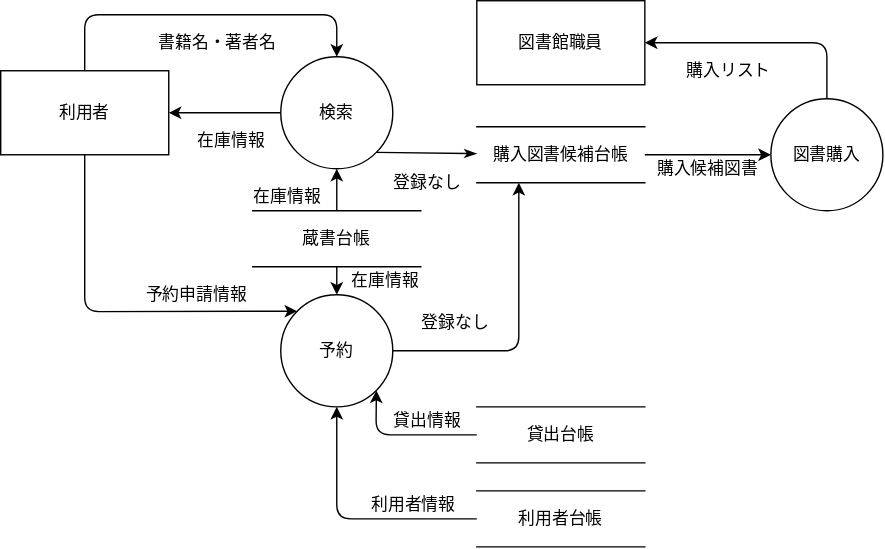
Before: school/syspro/1st_term_1/img/1_1_6.drawio.svg, a diagram exported from draw.io (shiki-01/typst). Source tidied: cells renumbered, new cells last; positions are measured from the earlier drawing's top-left corner, leaving out a move shared by most shapes. Source of this version:
```xml
<mxGraphModel>
  <root>
    <mxCell id="0" />
    <mxCell id="1" parent="0" />
    <mxCell id="2" style="edgeStyle=none;html=1;entryX=0.5;entryY=0;entryDx=0;entryDy=0;" parent="1" edge="1" source="4" target="6">
      <mxGeometry relative="1" as="geometry">
        <Array as="points">
          <mxPoint x="60" y="10" />
          <mxPoint x="240" y="10" />
        </Array>
      </mxGeometry>
    </mxCell>
    <mxCell id="3" style="edgeStyle=none;html=1;entryX=0;entryY=0;entryDx=0;entryDy=0;startArrow=none;startFill=0;endArrow=classic;endFill=1;" parent="1" edge="1" source="4" target="17">
      <mxGeometry relative="1" as="geometry">
        <Array as="points">
          <mxPoint x="60" y="222" />
        </Array>
      </mxGeometry>
    </mxCell>
    <mxCell id="4" value="利用者" style="rounded=0;whiteSpace=wrap;html=1;" parent="1" vertex="1">
      <mxGeometry y="50" width="120" height="60" as="geometry" />
    </mxCell>
    <mxCell id="5" style="edgeStyle=none;html=1;startArrow=none;startFill=0;endArrow=classic;endFill=1;" parent="1" edge="1" source="6" target="4">
      <mxGeometry relative="1" as="geometry" />
    </mxCell>
    <mxCell id="6" value="検索" style="ellipse;whiteSpace=wrap;html=1;" parent="1" vertex="1">
      <mxGeometry x="200" y="40" width="80" height="80" as="geometry" />
    </mxCell>
    <mxCell id="7" style="edgeStyle=none;html=1;entryX=0.5;entryY=1;entryDx=0;entryDy=0;" parent="1" edge="1" source="9" target="6">
      <mxGeometry relative="1" as="geometry" />
    </mxCell>
    <mxCell id="8" style="edgeStyle=none;html=1;entryX=0.5;entryY=0;entryDx=0;entryDy=0;startArrow=none;startFill=0;endArrow=classic;endFill=1;" parent="1" edge="1" source="9" target="17">
      <mxGeometry relative="1" as="geometry" />
    </mxCell>
    <mxCell id="9" value="蔵書台帳" style="shape=partialRectangle;whiteSpace=wrap;html=1;left=0;right=0;fillColor=none;" parent="1" vertex="1">
      <mxGeometry x="180" y="150" width="120" height="40" as="geometry" />
    </mxCell>
    <mxCell id="10" style="edgeStyle=none;html=1;entryX=1;entryY=1;entryDx=0;entryDy=0;endArrow=none;endFill=0;startArrow=classicThin;startFill=1;" parent="1" edge="1" source="12" target="6">
      <mxGeometry relative="1" as="geometry" />
    </mxCell>
    <mxCell id="11" style="edgeStyle=none;html=1;startArrow=none;startFill=0;endArrow=classic;endFill=1;" parent="1" edge="1" source="12" target="27">
      <mxGeometry relative="1" as="geometry" />
    </mxCell>
    <mxCell id="12" value="購入図書候補台帳" style="shape=partialRectangle;whiteSpace=wrap;html=1;left=0;right=0;fillColor=none;" parent="1" vertex="1">
      <mxGeometry x="340" y="90" width="120" height="40" as="geometry" />
    </mxCell>
    <mxCell id="13" value="書籍名・著者名" style="text;html=1;strokeColor=none;fillColor=none;align=center;verticalAlign=middle;whiteSpace=wrap;overflow=hidden;" parent="1" vertex="1">
      <mxGeometry x="110" y="20" width="90" height="20" as="geometry" />
    </mxCell>
    <mxCell id="14" value="在庫情報" style="text;html=1;strokeColor=none;fillColor=none;align=center;verticalAlign=middle;whiteSpace=wrap;overflow=hidden;" parent="1" vertex="1">
      <mxGeometry x="160" y="130" width="90" height="20" as="geometry" />
    </mxCell>
    <mxCell id="15" value="登録なし" style="text;html=1;strokeColor=none;fillColor=none;align=center;verticalAlign=middle;whiteSpace=wrap;overflow=hidden;" parent="1" vertex="1">
      <mxGeometry x="260" y="120" width="90" height="20" as="geometry" />
    </mxCell>
    <mxCell id="16" style="edgeStyle=none;html=1;entryX=0.25;entryY=1;entryDx=0;entryDy=0;startArrow=none;startFill=0;endArrow=classic;endFill=1;" parent="1" edge="1" source="17" target="12">
      <mxGeometry relative="1" as="geometry">
        <Array as="points">
          <mxPoint x="370" y="250" />
        </Array>
      </mxGeometry>
    </mxCell>
    <mxCell id="17" value="予約" style="ellipse;whiteSpace=wrap;html=1;" parent="1" vertex="1">
      <mxGeometry x="200" y="210" width="80" height="80" as="geometry" />
    </mxCell>
    <mxCell id="18" value="登録なし" style="text;html=1;strokeColor=none;fillColor=none;align=center;verticalAlign=middle;whiteSpace=wrap;overflow=hidden;" parent="1" vertex="1">
      <mxGeometry x="280" y="220" width="90" height="20" as="geometry" />
    </mxCell>
    <mxCell id="19" value="予約申請情報" style="text;html=1;strokeColor=none;fillColor=none;align=center;verticalAlign=middle;whiteSpace=wrap;overflow=hidden;" parent="1" vertex="1">
      <mxGeometry x="90" y="190" width="100" height="40" as="geometry" />
    </mxCell>
    <mxCell id="20" style="edgeStyle=none;html=1;entryX=1;entryY=1;entryDx=0;entryDy=0;startArrow=none;startFill=0;endArrow=classic;endFill=1;" parent="1" edge="1" source="21" target="17">
      <mxGeometry relative="1" as="geometry">
        <Array as="points">
          <mxPoint x="268" y="310" />
        </Array>
      </mxGeometry>
    </mxCell>
    <mxCell id="21" value="貸出台帳" style="shape=partialRectangle;whiteSpace=wrap;html=1;left=0;right=0;fillColor=none;" parent="1" vertex="1">
      <mxGeometry x="340" y="290" width="120" height="40" as="geometry" />
    </mxCell>
    <mxCell id="22" value="貸出情報" style="text;html=1;strokeColor=none;fillColor=none;align=center;verticalAlign=middle;whiteSpace=wrap;overflow=hidden;" parent="1" vertex="1">
      <mxGeometry x="260" y="290" width="90" height="20" as="geometry" />
    </mxCell>
    <mxCell id="23" style="edgeStyle=none;html=1;entryX=0.5;entryY=1;entryDx=0;entryDy=0;startArrow=none;startFill=0;endArrow=classic;endFill=1;" parent="1" edge="1" source="24" target="17">
      <mxGeometry relative="1" as="geometry">
        <Array as="points">
          <mxPoint x="240" y="370" />
        </Array>
      </mxGeometry>
    </mxCell>
    <mxCell id="24" value="利用者台帳" style="shape=partialRectangle;whiteSpace=wrap;html=1;left=0;right=0;fillColor=none;" parent="1" vertex="1">
      <mxGeometry x="340" y="350" width="120" height="40" as="geometry" />
    </mxCell>
    <mxCell id="25" value="利用者情報" style="text;html=1;strokeColor=none;fillColor=none;align=center;verticalAlign=middle;whiteSpace=wrap;overflow=hidden;" parent="1" vertex="1">
      <mxGeometry x="250" y="350" width="90" height="20" as="geometry" />
    </mxCell>
    <mxCell id="26" style="edgeStyle=none;html=1;entryX=1;entryY=0.5;entryDx=0;entryDy=0;startArrow=none;startFill=0;endArrow=classic;endFill=1;" parent="1" edge="1" source="27" target="29">
      <mxGeometry relative="1" as="geometry">
        <Array as="points">
          <mxPoint x="590" y="30" />
        </Array>
      </mxGeometry>
    </mxCell>
    <mxCell id="27" value="図書購入" style="ellipse;whiteSpace=wrap;html=1;" parent="1" vertex="1">
      <mxGeometry x="550" y="70" width="80" height="80" as="geometry" />
    </mxCell>
    <mxCell id="28" value="購入候補図書" style="text;html=1;strokeColor=none;fillColor=none;align=center;verticalAlign=middle;whiteSpace=wrap;overflow=hidden;" parent="1" vertex="1">
      <mxGeometry x="460" y="110" width="90" height="20" as="geometry" />
    </mxCell>
    <mxCell id="29" value="図書館職員" style="rounded=0;whiteSpace=wrap;html=1;" parent="1" vertex="1">
      <mxGeometry x="340" width="120" height="60" as="geometry" />
    </mxCell>
    <mxCell id="30" value="購入リスト" style="text;html=1;strokeColor=none;fillColor=none;align=center;verticalAlign=middle;whiteSpace=wrap;overflow=hidden;" parent="1" vertex="1">
      <mxGeometry x="480" y="40" width="80" height="20" as="geometry" />
    </mxCell>
    <mxCell id="31" value="在庫情報" style="text;html=1;strokeColor=none;fillColor=none;align=center;verticalAlign=middle;whiteSpace=wrap;overflow=hidden;" parent="1" vertex="1">
      <mxGeometry x="120" y="90" width="90" height="20" as="geometry" />
    </mxCell>
    <mxCell id="32" value="在庫情報" style="text;html=1;strokeColor=none;fillColor=none;align=center;verticalAlign=middle;whiteSpace=wrap;overflow=hidden;" parent="1" vertex="1">
      <mxGeometry x="230" y="190" width="90" height="20" as="geometry" />
    </mxCell>
  </root>
</mxGraphModel>
```
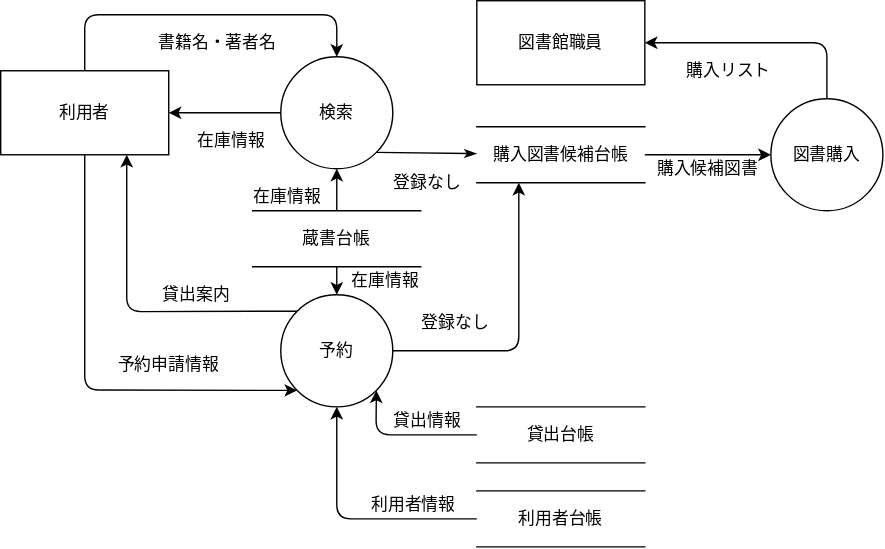
After the change.

Diff of the diagram source:
```diff
@@ -10,10 +10,10 @@
         </Array>
       </mxGeometry>
     </mxCell>
-    <mxCell id="3" style="edgeStyle=none;html=1;entryX=0;entryY=0;entryDx=0;entryDy=0;startArrow=none;startFill=0;endArrow=classic;endFill=1;" parent="1" edge="1" source="4" target="17">
+    <mxCell id="3" style="edgeStyle=none;html=1;entryX=0;entryY=1;entryDx=0;entryDy=0;startArrow=none;startFill=0;endArrow=classic;endFill=1;" parent="1" edge="1" source="4" target="17">
       <mxGeometry relative="1" as="geometry">
         <Array as="points">
-          <mxPoint x="60" y="222" />
+          <mxPoint x="60" y="278" />
         </Array>
       </mxGeometry>
     </mxCell>
@@ -60,6 +60,13 @@
         </Array>
       </mxGeometry>
     </mxCell>
+    <mxCell id="33" style="edgeStyle=none;html=1;exitX=0;exitY=0;exitDx=0;exitDy=0;entryX=0.75;entryY=1;entryDx=0;entryDy=0;startArrow=none;startFill=0;endArrow=classic;endFill=1;" parent="1" edge="1" source="17" target="4">
+      <mxGeometry relative="1" as="geometry">
+        <Array as="points">
+          <mxPoint x="90" y="222" />
+        </Array>
+      </mxGeometry>
+    </mxCell>
     <mxCell id="17" value="予約" style="ellipse;whiteSpace=wrap;html=1;" parent="1" vertex="1">
       <mxGeometry x="200" y="210" width="80" height="80" as="geometry" />
     </mxCell>
@@ -67,7 +74,7 @@
       <mxGeometry x="280" y="220" width="90" height="20" as="geometry" />
     </mxCell>
     <mxCell id="19" value="予約申請情報" style="text;html=1;strokeColor=none;fillColor=none;align=center;verticalAlign=middle;whiteSpace=wrap;overflow=hidden;" parent="1" vertex="1">
-      <mxGeometry x="90" y="190" width="100" height="40" as="geometry" />
+      <mxGeometry x="70" y="240" width="100" height="40" as="geometry" />
     </mxCell>
     <mxCell id="20" style="edgeStyle=none;html=1;entryX=1;entryY=1;entryDx=0;entryDy=0;startArrow=none;startFill=0;endArrow=classic;endFill=1;" parent="1" edge="1" source="21" target="17">
       <mxGeometry relative="1" as="geometry">
@@ -120,5 +127,8 @@
     <mxCell id="32" value="在庫情報" style="text;html=1;strokeColor=none;fillColor=none;align=center;verticalAlign=middle;whiteSpace=wrap;overflow=hidden;" parent="1" vertex="1">
       <mxGeometry x="230" y="190" width="90" height="20" as="geometry" />
     </mxCell>
+    <mxCell id="34" value="貸出案内" style="text;html=1;strokeColor=none;fillColor=none;align=center;verticalAlign=middle;whiteSpace=wrap;overflow=hidden;" parent="1" vertex="1">
+      <mxGeometry x="90" y="190" width="100" height="40" as="geometry" />
+    </mxCell>
   </root>
 </mxGraphModel>
```
